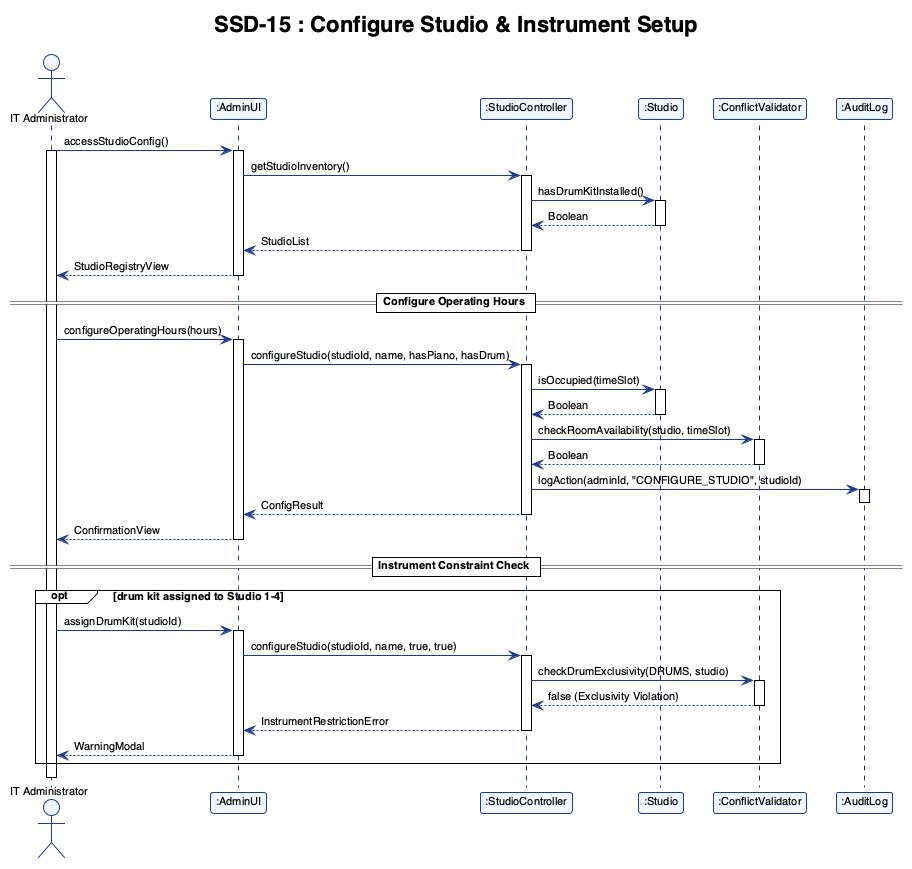
adoreblvnk/2001temp keeps this PlantUML diagram as report/assets/ssd_15.png. Above is the earlier version. Its diagram source:
```plantuml
@startuml ssd_15
!theme plain
skinparam shadowing false
skinparam defaultFontName "Helvetica", "Arial", sans-serif
skinparam defaultFontSize 11
skinparam sequence {
    ParticipantBorderColor #1E3A8A
    ParticipantBackgroundColor #EFF6FF
    LifeLineBorderColor #1E3A8A
    LifeLineBackgroundColor #FFFFFF
    ArrowColor #1E3A8A
    ActorBorderColor #1E3A8A
    ActorBackgroundColor #EFF6FF
}

title SSD-15 : Configure Studio & Instrument Setup

actor "IT Administrator" as ITAdmin
participant ":AdminUI" as AdminUI
participant ":StudioController" as StudioController
participant ":Studio" as Studio
participant ":ConflictValidator" as ConflictValidator
participant ":AuditLog" as AuditLog

ITAdmin -> AdminUI : accessStudioConfig()
activate ITAdmin
activate AdminUI
AdminUI -> StudioController : getStudioInventory()
activate StudioController
StudioController -> Studio : hasDrumKitInstalled()
activate Studio
Studio --> StudioController : Boolean
deactivate Studio
StudioController --> AdminUI : StudioList
deactivate StudioController
AdminUI --> ITAdmin : StudioRegistryView
deactivate AdminUI

== Configure Operating Hours ==

ITAdmin -> AdminUI : configureOperatingHours(hours)
activate AdminUI
AdminUI -> StudioController : configureStudio(studioId, name, hasPiano, hasDrum)
activate StudioController
StudioController -> Studio : isOccupied(timeSlot)
activate Studio
Studio --> StudioController : Boolean
deactivate Studio
StudioController -> ConflictValidator : checkRoomAvailability(studio, timeSlot)
activate ConflictValidator
ConflictValidator --> StudioController : Boolean
deactivate ConflictValidator
StudioController -> AuditLog : logAction(adminId, "CONFIGURE_STUDIO", studioId)
activate AuditLog
deactivate AuditLog
StudioController --> AdminUI : ConfigResult
deactivate StudioController
AdminUI --> ITAdmin : ConfirmationView
deactivate AdminUI

== Instrument Constraint Check ==

opt drum kit assigned to Studio 1-4
    ITAdmin -> AdminUI : assignDrumKit(studioId)
    activate AdminUI
    AdminUI -> StudioController : configureStudio(studioId, name, true, true)
    activate StudioController
    StudioController -> ConflictValidator : checkDrumExclusivity(DRUMS, studio)
    activate ConflictValidator
    ConflictValidator --> StudioController : false (Exclusivity Violation)
    deactivate ConflictValidator
    StudioController --> AdminUI : InstrumentRestrictionError
    deactivate StudioController
    AdminUI --> ITAdmin : WarningModal
    deactivate AdminUI
end

deactivate ITAdmin
@enduml
```
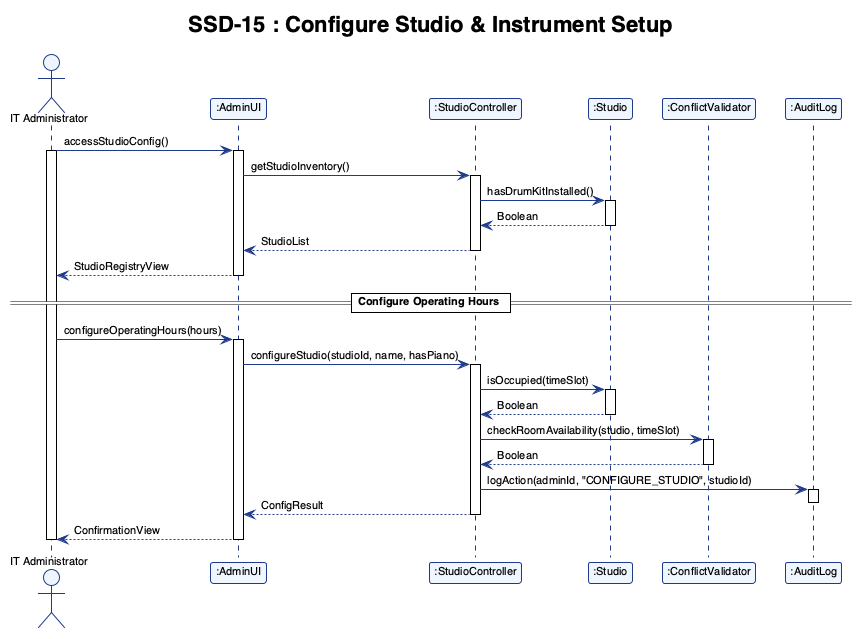
Above is the later version.

The edit, as a diff of the source:
```diff
@@ -40,7 +40,7 @@
 
 ITAdmin -> AdminUI : configureOperatingHours(hours)
 activate AdminUI
-AdminUI -> StudioController : configureStudio(studioId, name, hasPiano, hasDrum)
+AdminUI -> StudioController : configureStudio(studioId, name, hasPiano)
 activate StudioController
 StudioController -> Studio : isOccupied(timeSlot)
 activate Studio
@@ -58,22 +58,5 @@
 AdminUI --> ITAdmin : ConfirmationView
 deactivate AdminUI
 
-== Instrument Constraint Check ==
-
-opt drum kit assigned to Studio 1-4
-    ITAdmin -> AdminUI : assignDrumKit(studioId)
-    activate AdminUI
-    AdminUI -> StudioController : configureStudio(studioId, name, true, true)
-    activate StudioController
-    StudioController -> ConflictValidator : checkDrumExclusivity(DRUMS, studio)
-    activate ConflictValidator
-    ConflictValidator --> StudioController : false (Exclusivity Violation)
-    deactivate ConflictValidator
-    StudioController --> AdminUI : InstrumentRestrictionError
-    deactivate StudioController
-    AdminUI --> ITAdmin : WarningModal
-    deactivate AdminUI
-end
-
 deactivate ITAdmin
 @enduml
```
